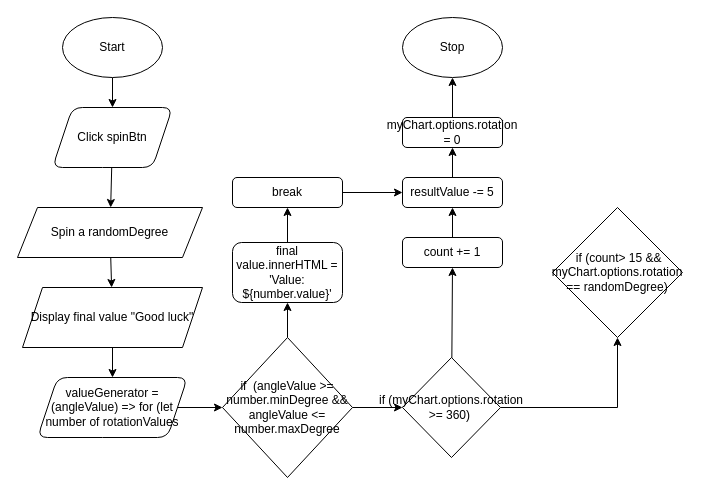
MTHS-ICD2O-1-2023/ICD2O-1-2023-Final-Project-Giordan-Zeina-Nathan-De-Silva keeps this draw.io diagram as design/flowchart.drawio. Above is the earlier version. Source tidied: cells renumbered, new cells numbered last; positions are measured from the earlier drawing's top-left corner, leaving out a move shared by most shapes. Both pictures are drawn from the tidied source at 100%, with x=0, y=0 at pixel (17, 17).
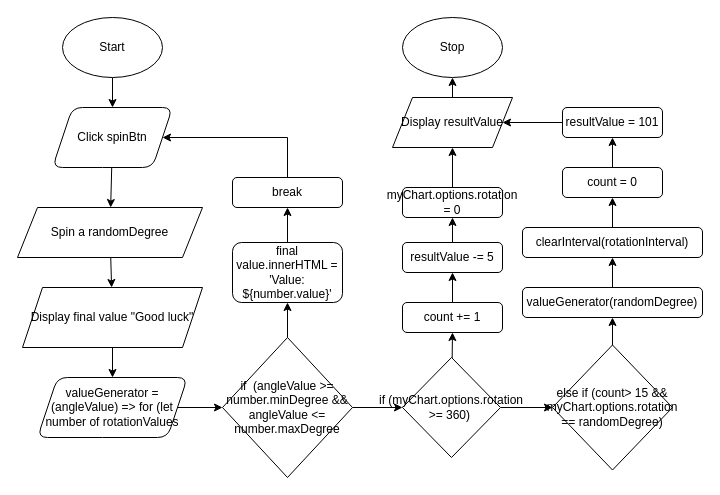
The same page after the edit.

The change refers to these unchanged cells:
```xml
<mxCell id="4" value="Stop" style="ellipse;whiteSpace=wrap;html=1;" parent="1" vertex="1">
  <mxGeometry x="385" width="100" height="60" as="geometry" />
</mxCell>
<mxCell id="6" value="Click spinBtn" style="shape=parallelogram;perimeter=parallelogramPerimeter;whiteSpace=wrap;html=1;fixedSize=1;rounded=1;" parent="1" vertex="1">
  <mxGeometry x="35" y="90" width="120" height="60" as="geometry" />
</mxCell>
<mxCell id="13" value="if&amp;nbsp;(myChart.options.rotation &amp;gt;= 360)&amp;nbsp;" style="rhombus;whiteSpace=wrap;html=1;rounded=0;" parent="1" vertex="1">
  <mxGeometry x="385" y="340" width="98" height="100" as="geometry" />
</mxCell>
<mxCell id="21" value="break" style="rounded=1;whiteSpace=wrap;html=1;" parent="1" vertex="1">
  <mxGeometry x="215" y="160" width="110" height="30" as="geometry" />
</mxCell>
```

Diff of the diagram source:
```diff
@@
-    <mxCell id="12" style="edgeStyle=orthogonalEdgeStyle;html=1;entryX=0.5;entryY=1;entryDx=0;entryDy=0;rounded=0;" parent="1" edge="1" source="13" target="29">
+    <mxCell id="12" style="edgeStyle=orthogonalEdgeStyle;rounded=0;html=1;" parent="1" edge="1" source="13" target="29">
       <mxGeometry relative="1" as="geometry" />
     </mxCell>
@@
-    <mxCell id="20" style="edgeStyle=orthogonalEdgeStyle;html=1;entryX=0;entryY=0.5;entryDx=0;entryDy=0;rounded=0;" parent="1" edge="1" source="21" target="26">
-      <mxGeometry relative="1" as="geometry" />
-    </mxCell>
+    <mxCell id="30" style="rounded=0;html=1;entryX=1;entryY=0.5;entryDx=0;entryDy=0;edgeStyle=elbowEdgeStyle;" parent="1" edge="1" source="21" target="6">
+      <mxGeometry relative="1" as="geometry">
+        <Array as="points">
+          <mxPoint x="270" y="110" />
+        </Array>
+      </mxGeometry>
+    </mxCell>
@@
     <mxCell id="24" value="count += 1" style="rounded=1;whiteSpace=wrap;html=1;" parent="1" vertex="1">
-      <mxGeometry x="385" y="220" width="100" height="30" as="geometry" />
+      <mxGeometry x="385" y="285" width="100" height="30" as="geometry" />
     </mxCell>
@@
     <mxCell id="26" value="resultValue -= 5" style="rounded=1;whiteSpace=wrap;html=1;" parent="1" vertex="1">
-      <mxGeometry x="385" y="160" width="100" height="30" as="geometry" />
+      <mxGeometry x="385" y="225" width="100" height="30" as="geometry" />
     </mxCell>
-    <mxCell id="27" style="edgeStyle=none;html=1;entryX=0.5;entryY=1;entryDx=0;entryDy=0;" parent="1" edge="1" source="28" target="4">
-      <mxGeometry relative="1" as="geometry" />
-    </mxCell>
+    <mxCell id="31" style="edgeStyle=none;html=1;entryX=0.5;entryY=1;entryDx=0;entryDy=0;" parent="1" edge="1" source="28" target="34">
+      <mxGeometry relative="1" as="geometry" />
+    </mxCell>
     <mxCell id="28" value="myChart.options.rotation = 0" style="rounded=1;whiteSpace=wrap;html=1;" parent="1" vertex="1">
-      <mxGeometry x="385" y="100" width="100" height="30" as="geometry" />
+      <mxGeometry x="385" y="170" width="100" height="30" as="geometry" />
     </mxCell>
+    <mxCell id="32" style="edgeStyle=orthogonalEdgeStyle;rounded=0;html=1;entryX=0.5;entryY=1;entryDx=0;entryDy=0;" parent="1" edge="1" source="29" target="36">
+      <mxGeometry relative="1" as="geometry" />
+    </mxCell>
-    <mxCell id="29" value="&amp;nbsp;if (count&amp;gt; 15 &amp;amp;&amp;amp; myChart.options.rotation == randomDegree)" style="rhombus;whiteSpace=wrap;html=1;rounded=0;" parent="1" vertex="1">
-      <mxGeometry x="535" y="190" width="130" height="130" as="geometry" />
+    <mxCell id="29" value="else if (count&amp;gt; 15 &amp;amp;&amp;amp; myChart.options.rotation == randomDegree)" style="rhombus;whiteSpace=wrap;html=1;rounded=0;" parent="1" vertex="1">
+      <mxGeometry x="535" y="327.5" width="120" height="125" as="geometry" />
     </mxCell>
+    <mxCell id="33" style="edgeStyle=none;html=1;entryX=0.5;entryY=1;entryDx=0;entryDy=0;" parent="1" edge="1" source="34" target="4">
+      <mxGeometry relative="1" as="geometry" />
+    </mxCell>
+    <mxCell id="34" value="Display resultValue" style="shape=parallelogram;perimeter=parallelogramPerimeter;whiteSpace=wrap;html=1;fixedSize=1;" parent="1" vertex="1">
+      <mxGeometry x="375" y="80" width="120" height="50" as="geometry" />
+    </mxCell>
+    <mxCell id="35" style="edgeStyle=orthogonalEdgeStyle;rounded=0;html=1;entryX=0.5;entryY=1;entryDx=0;entryDy=0;" parent="1" edge="1" source="36" target="38">
+      <mxGeometry relative="1" as="geometry" />
+    </mxCell>
+    <mxCell id="36" value="valueGenerator(randomDegree)" style="rounded=1;whiteSpace=wrap;html=1;" parent="1" vertex="1">
+      <mxGeometry x="505" y="270" width="180" height="30" as="geometry" />
+    </mxCell>
+    <mxCell id="37" style="edgeStyle=orthogonalEdgeStyle;rounded=0;html=1;entryX=0.5;entryY=1;entryDx=0;entryDy=0;" parent="1" edge="1" source="38" target="40">
+      <mxGeometry relative="1" as="geometry" />
+    </mxCell>
+    <mxCell id="38" value="clearInterval(rotationInterval)" style="rounded=1;whiteSpace=wrap;html=1;" parent="1" vertex="1">
+      <mxGeometry x="505" y="210" width="180" height="30" as="geometry" />
+    </mxCell>
+    <mxCell id="39" style="edgeStyle=orthogonalEdgeStyle;rounded=0;html=1;exitX=0.5;exitY=0;exitDx=0;exitDy=0;entryX=0.5;entryY=1;entryDx=0;entryDy=0;" parent="1" edge="1" source="40" target="42">
+      <mxGeometry relative="1" as="geometry" />
+    </mxCell>
+    <mxCell id="40" value="count = 0" style="rounded=1;whiteSpace=wrap;html=1;" parent="1" vertex="1">
+      <mxGeometry x="545" y="150" width="100" height="30" as="geometry" />
+    </mxCell>
+    <mxCell id="41" style="edgeStyle=orthogonalEdgeStyle;rounded=0;html=1;entryX=1;entryY=0.5;entryDx=0;entryDy=0;" parent="1" edge="1" source="42" target="34">
+      <mxGeometry relative="1" as="geometry" />
+    </mxCell>
+    <mxCell id="42" value="resultValue = 101" style="rounded=1;whiteSpace=wrap;html=1;" parent="1" vertex="1">
+      <mxGeometry x="545" y="90" width="100" height="30" as="geometry" />
+    </mxCell>
```
